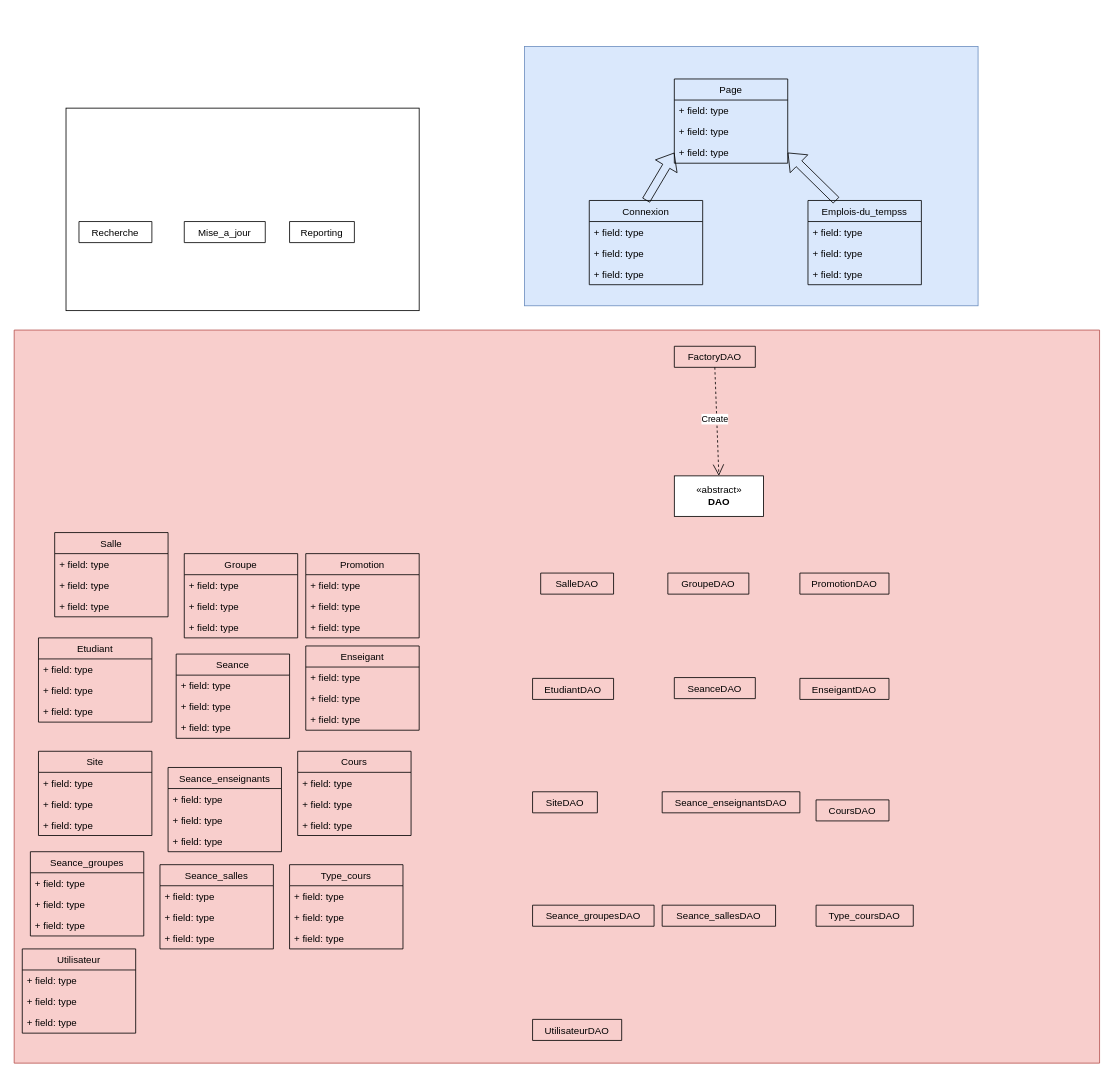
Above: diagramme.drawio in jorgeayllon1/Java-Project (draw.io), before the change. Source tidied: cells renumbered, new cells numbered last; positions are measured from the earlier drawing's top-left corner, leaving out a move shared by most shapes. Both pictures are drawn from the tidied source at 81%, with x=0, y=0 at pixel (14, 46).
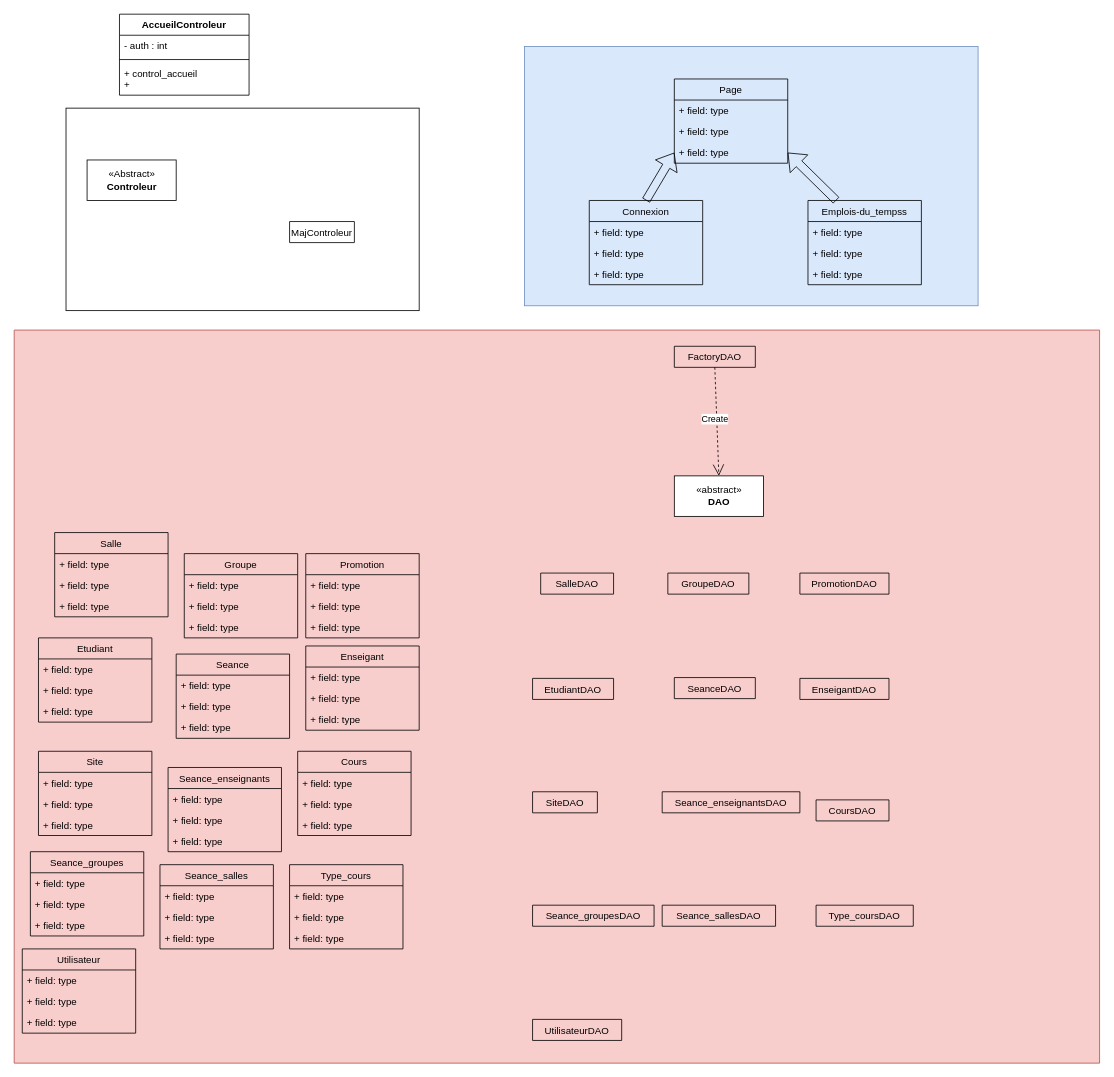
After the change.

Diff of the diagram source:
```diff
@@
-    <mxCell id="73" value="Recherche" style="swimlane;fontStyle=0;horizontal=1;startSize=26;fillColor=none;" parent="1" vertex="1" collapsed="1">
-      <mxGeometry x="80" y="216" width="90" height="26" as="geometry" />
-    </mxCell>
-    <mxCell id="74" value="Mise_a_jour" style="swimlane;fontStyle=0;horizontal=1;startSize=26;fillColor=none;" parent="1" vertex="1" collapsed="1">
-      <mxGeometry x="210" y="216" width="100" height="26" as="geometry" />
-    </mxCell>
-    <mxCell id="75" value="Reporting" style="swimlane;fontStyle=0;horizontal=1;startSize=26;fillColor=none;" parent="1" vertex="1" collapsed="1">
+    <mxCell id="75" value="MajControleur" style="swimlane;fontStyle=0;horizontal=1;startSize=26;fillColor=none;" parent="1" vertex="1" collapsed="1">
       <mxGeometry x="340" y="216" width="80" height="26" as="geometry" />
     </mxCell>
@@
+    <mxCell id="90" value="«Abstract»&lt;br&gt;&lt;b&gt;Controleur&lt;/b&gt;" style="html=1;" parent="1" vertex="1">
+      <mxGeometry x="90" y="140" width="110" height="50" as="geometry" />
+    </mxCell>
+    <mxCell id="91" value="AccueilControleur" style="swimlane;fontStyle=1;align=center;verticalAlign=top;horizontal=1;startSize=26;" parent="1" vertex="1">
+      <mxGeometry x="130" y="-40" width="160" height="100" as="geometry" />
+    </mxCell>
+    <mxCell id="92" value="- auth : int" style="text;strokeColor=none;fillColor=none;align=left;verticalAlign=top;spacingLeft=4;spacingRight=4;overflow=hidden;" parent="91" vertex="1">
+      <mxGeometry y="26" width="160" height="26" as="geometry" />
+    </mxCell>
+    <mxCell id="93" style="line;strokeWidth=1;fillColor=none;align=left;verticalAlign=middle;spacingTop=-1;spacingLeft=3;spacingRight=3;labelPosition=right;" parent="91" vertex="1">
+      <mxGeometry y="52" width="160" height="8" as="geometry" />
+    </mxCell>
+    <mxCell id="94" value="+ control_accueil&#10;+ " style="text;strokeColor=none;fillColor=none;align=left;verticalAlign=top;spacingLeft=4;spacingRight=4;overflow=hidden;" parent="91" vertex="1">
+      <mxGeometry y="60" width="160" height="40" as="geometry" />
+    </mxCell>
```
